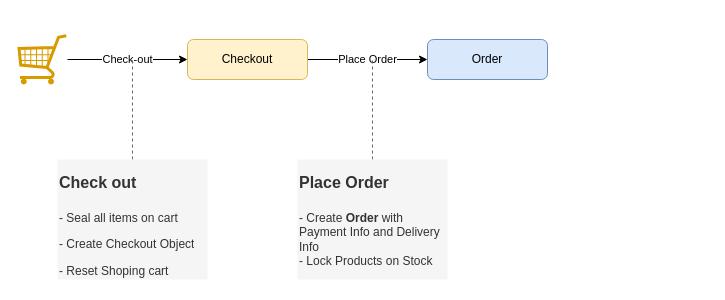
This is docs/design/order-flows/diagrams/YAS.drawio from nashtech-garage/yas, a draw.io file, before an edit. Source tidied: cells renumbered, new cells numbered last; positions are measured from the earlier drawing's top-left corner, leaving out a move shared by most shapes. Both pictures are drawn from the tidied source at 100%, with x=0, y=0 at pixel (17, 34).
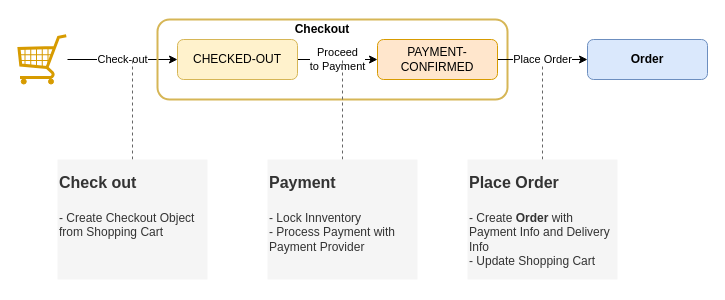
After the change.

Commit message (it also covers changes not shown here):
Update overview diagram, move delete card to after order placement,  add coupon code flow

The edit, as a diff of the source:
```diff
@@
 <mxGraphModel>
   <root>
     <mxCell id="0" />
     <mxCell id="1" parent="0" />
-    <mxCell id="2" value="Check-out" style="edgeStyle=orthogonalEdgeStyle;rounded=0;jettySize=auto;html=1;" parent="1" edge="1" source="3" target="5">
+    <mxCell id="2" value="Check-out" style="edgeStyle=orthogonalEdgeStyle;rounded=0;jettySize=auto;html=1;entryX=0;entryY=0.5;entryDx=0;entryDy=0;" parent="1" edge="1" source="3" target="13">
       <mxGeometry relative="1" as="geometry" />
     </mxCell>
+    <mxCell id="5" style="rounded=1;whiteSpace=wrap;html=1;fillColor=none;strokeColor=#d6b656;strokeWidth=2;" parent="1" vertex="1">
+      <mxGeometry x="140" y="-15" width="350" height="80" as="geometry" />
+    </mxCell>
     <mxCell id="3" style="verticalLabelPosition=bottom;shadow=0;dashed=0;align=center;html=1;verticalAlign=top;strokeWidth=1;shape=mxgraph.mockup.misc.shoppingCart;strokeColor=#d79b00;fillColor=#ffe6cc;" parent="1" vertex="1">
       <mxGeometry width="50" height="50" as="geometry" />
     </mxCell>
-    <mxCell id="4" value="Place Order" style="edgeStyle=orthogonalEdgeStyle;rounded=0;jettySize=auto;html=1;" parent="1" edge="1" source="5" target="8">
-      <mxGeometry relative="1" as="geometry" />
-    </mxCell>
-    <mxCell id="5" value="Checkout" style="rounded=1;whiteSpace=wrap;html=1;fillColor=#fff2cc;strokeColor=#d6b656;" parent="1" vertex="1">
-      <mxGeometry x="170" y="5" width="120" height="40" as="geometry" />
-    </mxCell>
     <mxCell id="6" style="edgeStyle=orthogonalEdgeStyle;rounded=0;jettySize=auto;html=1;fillColor=#f5f5f5;strokeColor=#666666;endArrow=none;endFill=0;dashed=1;" parent="1" edge="1" source="7">
       <mxGeometry relative="1" as="geometry">
         <mxPoint x="115" y="25" as="targetPoint" />
       </mxGeometry>
     </mxCell>
-    <mxCell id="7" value="&lt;h1 style=&quot;margin-top: 0px;&quot;&gt;&lt;font style=&quot;font-size: 16px;&quot;&gt;Check out&lt;/font&gt;&lt;/h1&gt;&lt;p&gt;- Seal all items on cart&lt;/p&gt;&lt;p&gt;- Create Checkout Object&lt;/p&gt;&lt;p&gt;- Reset Shoping cart&lt;/p&gt;" style="text;html=1;whiteSpace=wrap;overflow=hidden;rounded=0;fillColor=#f5f5f5;fontColor=#333333;strokeColor=none;" parent="1" vertex="1">
+    <mxCell id="7" value="&lt;h1 style=&quot;margin-top: 0px;&quot;&gt;&lt;font style=&quot;font-size: 16px;&quot;&gt;Check out&lt;/font&gt;&lt;/h1&gt;&lt;p&gt;&lt;span style=&quot;background-color: initial;&quot;&gt;- Create Checkout Object from Shopping Cart&lt;/span&gt;&lt;/p&gt;" style="text;html=1;whiteSpace=wrap;overflow=hidden;rounded=0;fillColor=#f5f5f5;fontColor=#333333;strokeColor=none;" parent="1" vertex="1">
       <mxGeometry x="40" y="125" width="150" height="120" as="geometry" />
     </mxCell>
-    <mxCell id="8" value="Order" style="rounded=1;whiteSpace=wrap;html=1;fillColor=#dae8fc;strokeColor=#6c8ebf;" parent="1" vertex="1">
-      <mxGeometry x="410" y="5" width="120" height="40" as="geometry" />
+    <mxCell id="8" value="Order" style="rounded=1;whiteSpace=wrap;html=1;fillColor=#dae8fc;strokeColor=#6c8ebf;fontStyle=1;" parent="1" vertex="1">
+      <mxGeometry x="570" y="5" width="120" height="40" as="geometry" />
     </mxCell>
-    <mxCell id="9" style="edgeStyle=orthogonalEdgeStyle;rounded=0;jettySize=auto;html=1;dashed=1;strokeColor=#666666;align=center;verticalAlign=middle;fontFamily=Helvetica;fontSize=11;fontColor=default;labelBackgroundColor=default;endArrow=none;endFill=0;fillColor=#f5f5f5;" parent="1" edge="1" source="10">
-      <mxGeometry relative="1" as="geometry">
-        <mxPoint x="355" y="25" as="targetPoint" />
-      </mxGeometry>
-    </mxCell>
+    <mxCell id="11" style="edgeStyle=orthogonalEdgeStyle;rounded=0;jettySize=auto;html=1;dashed=1;strokeColor=#666666;align=center;verticalAlign=middle;fontFamily=Helvetica;fontSize=11;fontColor=default;labelBackgroundColor=default;endArrow=none;endFill=0;fillColor=#f5f5f5;" parent="1" edge="1" source="10">
+      <mxGeometry relative="1" as="geometry">
+        <mxPoint x="525" y="25" as="targetPoint" />
+      </mxGeometry>
+    </mxCell>
-    <mxCell id="10" value="&lt;h1 style=&quot;margin-top: 0px;&quot;&gt;&lt;font style=&quot;font-size: 16px;&quot;&gt;Place Order&lt;/font&gt;&lt;/h1&gt;&lt;p&gt;- Create &lt;b&gt;Order &lt;/b&gt;with Payment Info and Delivery Info&lt;br&gt;- Lock Products on Stock&lt;/p&gt;" style="text;html=1;whiteSpace=wrap;overflow=hidden;rounded=0;fillColor=#f5f5f5;fontColor=#333333;strokeColor=none;" parent="1" vertex="1">
-      <mxGeometry x="280" y="125" width="150" height="120" as="geometry" />
+    <mxCell id="10" value="&lt;h1 style=&quot;margin-top: 0px;&quot;&gt;&lt;font style=&quot;font-size: 16px;&quot;&gt;Place Order&lt;/font&gt;&lt;/h1&gt;&lt;p&gt;- Create &lt;b&gt;Order &lt;/b&gt;with Payment Info and Delivery Info&lt;br&gt;- Update Shopping Cart&lt;/p&gt;" style="text;html=1;whiteSpace=wrap;overflow=hidden;rounded=0;fillColor=#f5f5f5;fontColor=#333333;strokeColor=none;" parent="1" vertex="1">
+      <mxGeometry x="450" y="125" width="150" height="120" as="geometry" />
     </mxCell>
+    <mxCell id="12" value="Proceed&lt;br&gt;to Payment" style="edgeStyle=orthogonalEdgeStyle;rounded=0;jettySize=auto;html=1;" parent="1" edge="1" source="13" target="14">
+      <mxGeometry relative="1" as="geometry" />
+    </mxCell>
+    <mxCell id="13" value="CHECKED-OUT" style="rounded=1;whiteSpace=wrap;html=1;fillColor=#fff2cc;strokeColor=#d6b656;" parent="1" vertex="1">
+      <mxGeometry x="160" y="5" width="120" height="40" as="geometry" />
+    </mxCell>
+    <mxCell id="4" value="Place Order" style="edgeStyle=orthogonalEdgeStyle;rounded=0;jettySize=auto;html=1;entryX=0;entryY=0.5;entryDx=0;entryDy=0;" parent="1" edge="1" source="14" target="8">
+      <mxGeometry relative="1" as="geometry" />
+    </mxCell>
+    <mxCell id="14" value="PAYMENT-CONFIRMED" style="rounded=1;whiteSpace=wrap;html=1;fillColor=#ffe6cc;strokeColor=#d79b00;" parent="1" vertex="1">
+      <mxGeometry x="360" y="5" width="120" height="40" as="geometry" />
+    </mxCell>
+    <mxCell id="15" style="edgeStyle=orthogonalEdgeStyle;rounded=0;jettySize=auto;html=1;dashed=1;strokeColor=#666666;align=center;verticalAlign=middle;fontFamily=Helvetica;fontSize=11;fontColor=default;labelBackgroundColor=default;endArrow=none;endFill=0;fillColor=#f5f5f5;" parent="1" edge="1" source="16">
+      <mxGeometry relative="1" as="geometry">
+        <mxPoint x="325" y="25" as="targetPoint" />
+      </mxGeometry>
+    </mxCell>
+    <mxCell id="16" value="&lt;h1 style=&quot;margin-top: 0px;&quot;&gt;&lt;font style=&quot;font-size: 16px;&quot;&gt;Payment&lt;/font&gt;&lt;/h1&gt;&lt;p&gt;- Lock Innventory&lt;br&gt;- Process Payment with Payment Provider&lt;/p&gt;" style="text;html=1;whiteSpace=wrap;overflow=hidden;rounded=0;fillColor=#f5f5f5;fontColor=#333333;strokeColor=none;" parent="1" vertex="1">
+      <mxGeometry x="250" y="125" width="150" height="120" as="geometry" />
+    </mxCell>
+    <mxCell id="17" value="&lt;b&gt;Checkout&lt;/b&gt;" style="text;html=1;align=center;verticalAlign=middle;whiteSpace=wrap;rounded=0;" parent="1" vertex="1">
+      <mxGeometry x="250" y="-17" width="110" height="24" as="geometry" />
+    </mxCell>
   </root>
 </mxGraphModel>
```
